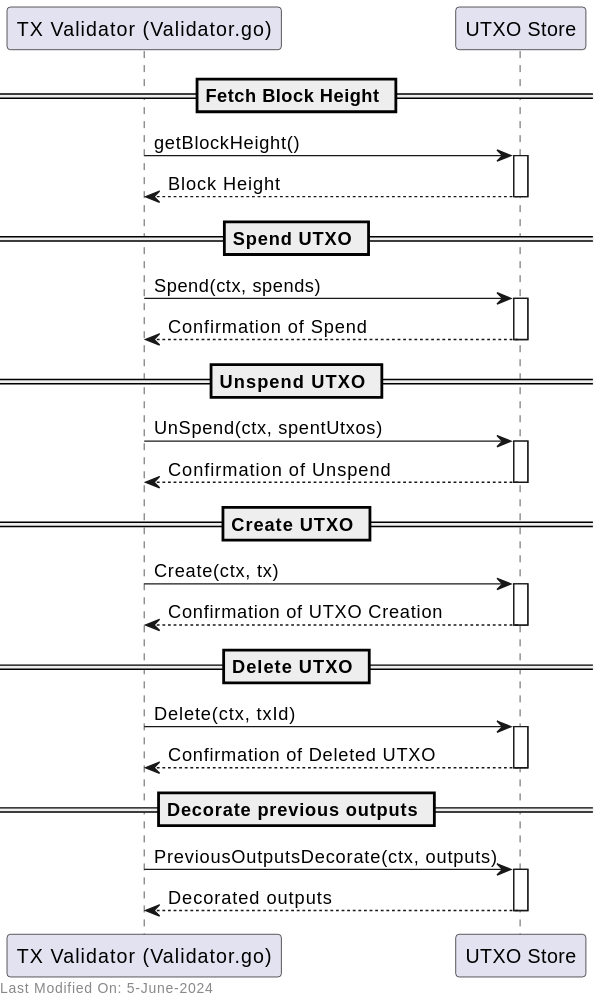
The PlantUML diagram docs/topics/services/img/plantuml/utxo/utxo_transaction_validator.svg in freemans13/teranode, before a commit. Its source is kept beside it as docs/topics/services/img/plantuml/utxo/utxo_transaction_validator.puml. Its diagram source:
```plantuml
@startuml
participant "TX Validator (Validator.go)" as TXValidator
participant "UTXO Store" as UTXOStore

== Fetch Block Height ==

TXValidator -> UTXOStore: getBlockHeight()
activate UTXOStore


UTXOStore --> TXValidator: Block Height
deactivate UTXOStore

== Spend UTXO ==


TXValidator -> UTXOStore: Spend(ctx, spends)
activate UTXOStore


UTXOStore --> TXValidator: Confirmation of Spend
deactivate UTXOStore

== Unspend UTXO ==


TXValidator -> UTXOStore: UnSpend(ctx, spentUtxos)
activate UTXOStore

UTXOStore --> TXValidator: Confirmation of Unspend
deactivate UTXOStore

== Create UTXO ==

TXValidator -> UTXOStore: Create(ctx, tx)
activate UTXOStore


UTXOStore --> TXValidator: Confirmation of UTXO Creation
deactivate UTXOStore


== Delete UTXO ==

TXValidator -> UTXOStore: Delete(ctx, txId)
activate UTXOStore


UTXOStore --> TXValidator: Confirmation of Deleted UTXO
deactivate UTXOStore


== Decorate previous outputs ==

TXValidator -> UTXOStore: PreviousOutputsDecorate(ctx, outputs)
activate UTXOStore


UTXOStore --> TXValidator: Decorated outputs
deactivate UTXOStore

left footer Last Modified On: %date("dd-MMM-yyyy")

@enduml
```
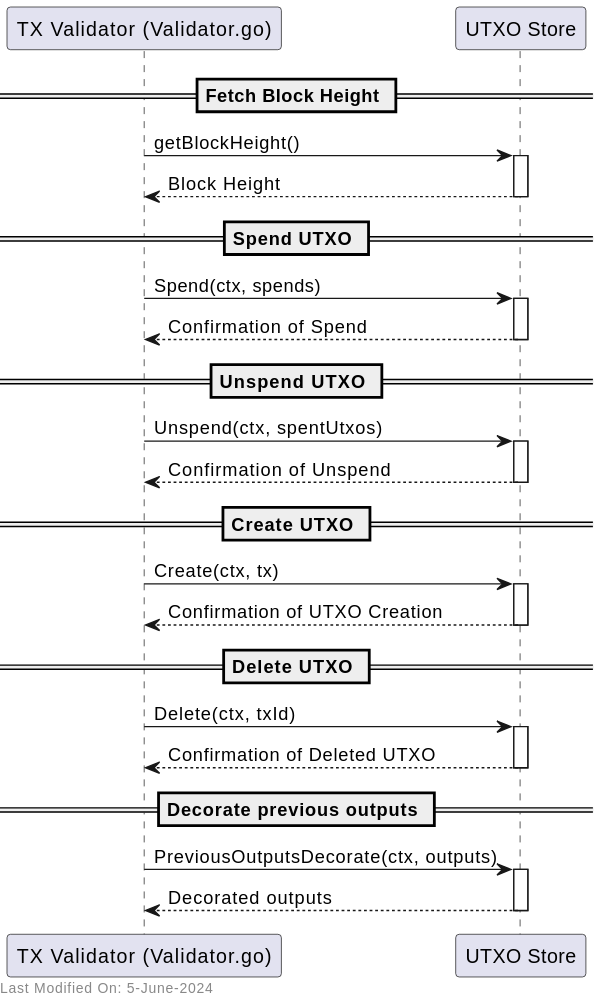
Later version of the same file.

Change to the diagram source:
```diff
@@ -24,7 +24,7 @@
 == Unspend UTXO ==
 
 
-TXValidator -> UTXOStore: UnSpend(ctx, spentUtxos)
+TXValidator -> UTXOStore: Unspend(ctx, spentUtxos)
 activate UTXOStore
 
 UTXOStore --> TXValidator: Confirmation of Unspend
```
